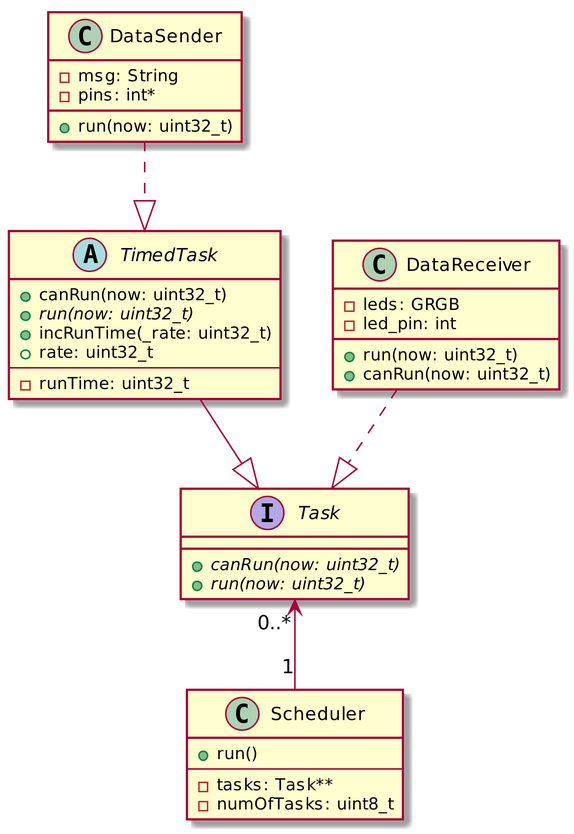
Above: uml/out/arduino/arduino.png in Anders-Clement/B208 (PlantUML), before the change.
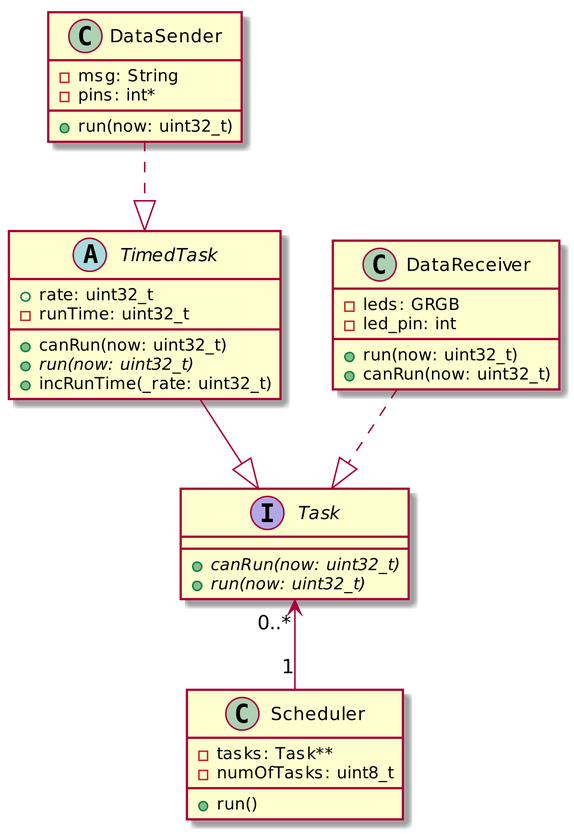
After the change.

Change to the diagram source:
```diff
@@ -1,24 +1,24 @@
 @startuml
 skinparam dpi 300
+
+
 interface Task {
     + {abstract} canRun(now: uint32_t)
     + {abstract} run(now: uint32_t)
 }
 
 abstract TimedTask {
+    + rate: uint32_t
+    - runTime: uint32_t
     + canRun(now: uint32_t)
     + {abstract} run(now: uint32_t)
     + incRunTime(_rate: uint32_t)
-    + rate: uint32_t
-    --
-    - runTime: uint32_t
 }
 
 class Scheduler {
-    + run()
-    --
     - tasks: Task**
     - numOfTasks: uint8_t
+    + run()
 }
 
 class DataSender {
```
